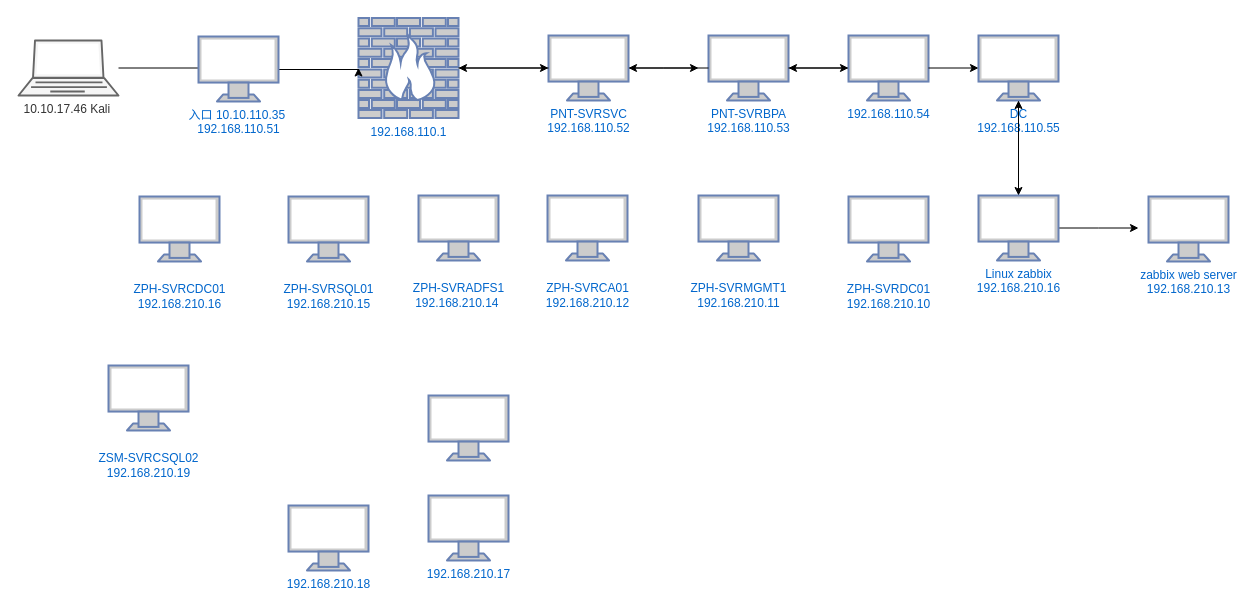
Before: 未命名绘图.drawio in javelin266/NotionNext, a draw.io diagram. Source tidied: cells renumbered, new cells numbered last; positions are measured from the earlier drawing's top-left corner, leaving out a move shared by most shapes. Both pictures are drawn from the tidied source at 100%, with x=0, y=0 at pixel (18, 17).
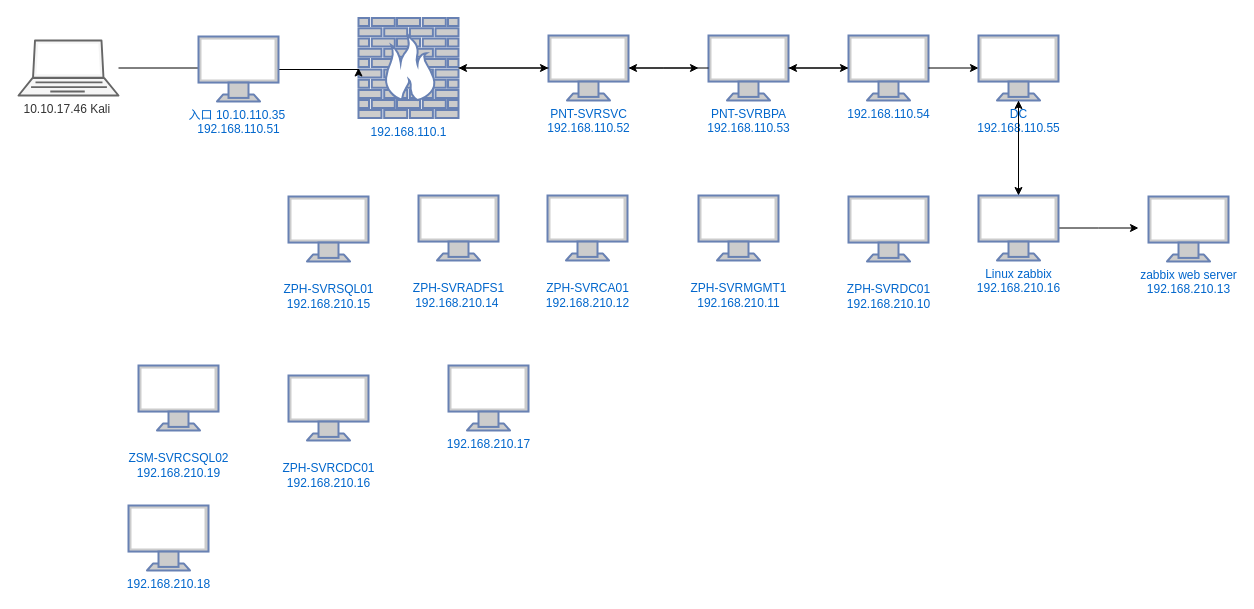
Above is the later version.

Change to the diagram source:
```diff
@@
     <mxCell id="27" value="&lt;br&gt;ZPH-SVRCDC01&lt;br&gt;192.168.210.16" style="fontColor=#0066CC;verticalAlign=top;verticalLabelPosition=bottom;labelPosition=center;align=center;html=1;fillColor=#CCCCCC;strokeColor=#6881B3;gradientColor=none;gradientDirection=north;strokeWidth=2;shape=mxgraph.networks.monitor;" parent="1" vertex="1">
-      <mxGeometry x="121" y="179" width="80" height="65" as="geometry" />
+      <mxGeometry x="270" y="358" width="80" height="65" as="geometry" />
     </mxCell>
     <mxCell id="28" value="&lt;br&gt;ZSM-SVRCSQL02&lt;br&gt;192.168.210.19" style="fontColor=#0066CC;verticalAlign=top;verticalLabelPosition=bottom;labelPosition=center;align=center;html=1;fillColor=#CCCCCC;strokeColor=#6881B3;gradientColor=none;gradientDirection=north;strokeWidth=2;shape=mxgraph.networks.monitor;" parent="1" vertex="1">
-      <mxGeometry x="90" y="348" width="80" height="65" as="geometry" />
+      <mxGeometry x="120" y="348" width="80" height="65" as="geometry" />
     </mxCell>
     <mxCell id="29" value="192.168.210.18" style="fontColor=#0066CC;verticalAlign=top;verticalLabelPosition=bottom;labelPosition=center;align=center;html=1;fillColor=#CCCCCC;strokeColor=#6881B3;gradientColor=none;gradientDirection=north;strokeWidth=2;shape=mxgraph.networks.monitor;" parent="1" vertex="1">
-      <mxGeometry x="270" y="488" width="80" height="65" as="geometry" />
+      <mxGeometry x="110" y="488" width="80" height="65" as="geometry" />
     </mxCell>
     <mxCell id="30" value="192.168.210.17" style="fontColor=#0066CC;verticalAlign=top;verticalLabelPosition=bottom;labelPosition=center;align=center;html=1;fillColor=#CCCCCC;strokeColor=#6881B3;gradientColor=none;gradientDirection=north;strokeWidth=2;shape=mxgraph.networks.monitor;" parent="1" vertex="1">
-      <mxGeometry x="410" y="478" width="80" height="65" as="geometry" />
+      <mxGeometry x="430" y="348" width="80" height="65" as="geometry" />
     </mxCell>
-    <mxCell id="31" style="fontColor=#0066CC;verticalAlign=top;verticalLabelPosition=bottom;labelPosition=center;align=center;html=1;fillColor=#CCCCCC;strokeColor=#6881B3;gradientColor=none;gradientDirection=north;strokeWidth=2;shape=mxgraph.networks.monitor;" parent="1" vertex="1">
-      <mxGeometry x="410" y="378" width="80" height="65" as="geometry" />
-    </mxCell>
```
